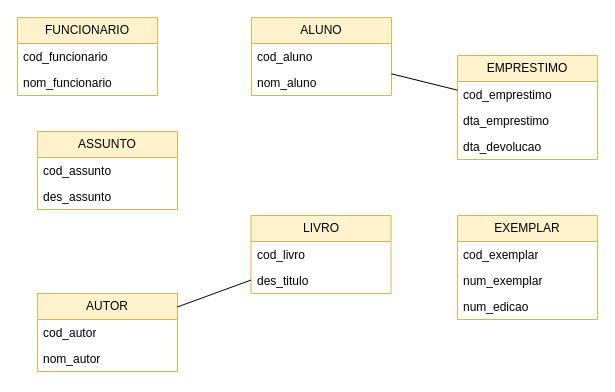
NicolasKevin2/BD keeps this draw.io diagram as vendadeprodutos.drawio. Above is the earlier version. Source tidied: cells renumbered, new cells numbered last; positions are measured from the earlier drawing's top-left corner, leaving out a move shared by most shapes. Both pictures are drawn from the tidied source at 100%, with x=0, y=0 at pixel (17, 17).
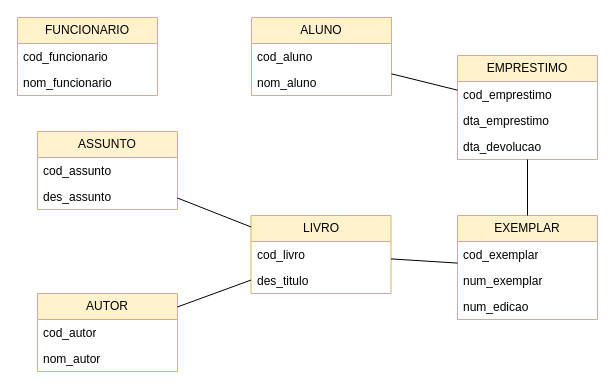
Above is the later version.

Unchanged cells that the change refers to:
```xml
<mxCell id="8" value="LIVRO" style="swimlane;fontStyle=0;horizontal=1;startSize=26;fillColor=#fff2cc;whiteSpace=wrap;html=1;strokeColor=#d6b656;" parent="1" vertex="1">
  <mxGeometry x="233.5" y="198" width="140" height="78" as="geometry" />
</mxCell>
<mxCell id="15" value="EMPRESTIMO" style="swimlane;fontStyle=0;horizontal=1;startSize=26;fillColor=#fff2cc;whiteSpace=wrap;html=1;strokeColor=#d6b656;" parent="1" vertex="1">
  <mxGeometry x="440" y="38" width="140" height="104" as="geometry" />
</mxCell>
<mxCell id="19" value="EXEMPLAR" style="swimlane;fontStyle=0;horizontal=1;startSize=26;fillColor=#fff2cc;whiteSpace=wrap;html=1;strokeColor=#d6b656;" parent="1" vertex="1">
  <mxGeometry x="440" y="198" width="140" height="104" as="geometry" />
</mxCell>
<mxCell id="24" value="ASSUNTO" style="swimlane;fontStyle=0;horizontal=1;startSize=26;fillColor=#fff2cc;whiteSpace=wrap;html=1;strokeColor=#d6b656;" parent="1" vertex="1">
  <mxGeometry x="20" y="114" width="140" height="78" as="geometry" />
</mxCell>
```

What changed in the source:
```diff
@@
+    <mxCell id="27" style="endArrow=none;html=1;rounded=0;" parent="1" edge="1" source="8" target="24">
+      <mxGeometry relative="1" as="geometry" />
+    </mxCell>
+    <mxCell id="28" style="endArrow=none;html=1;rounded=0;" parent="1" edge="1" source="8" target="19">
+      <mxGeometry relative="1" as="geometry" />
+    </mxCell>
+    <mxCell id="29" style="endArrow=none;html=1;rounded=0;" parent="1" edge="1" source="19" target="15">
+      <mxGeometry relative="1" as="geometry" />
+    </mxCell>
```
